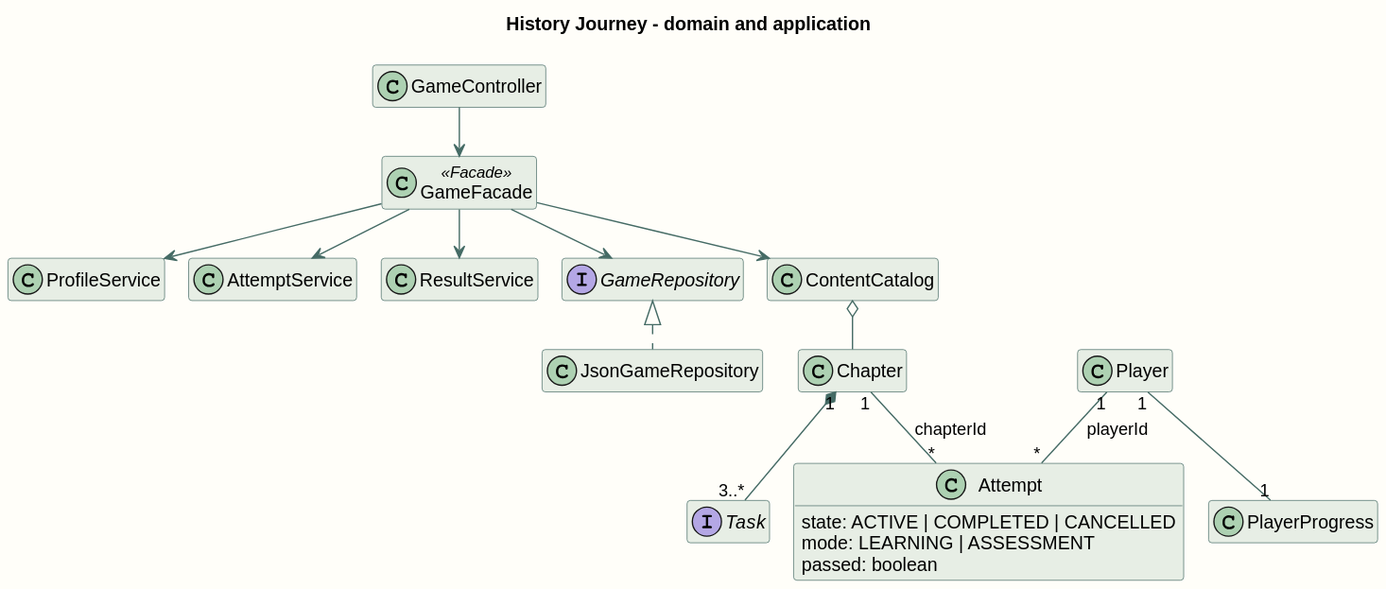
The PlantUML diagram docs/uml/architecture.svg in JustMel1508/finalprojectspd, before a commit. Its diagram source:
```plantuml
@startuml
!pragma layout smetana
skinparam backgroundColor #FFFEF9
skinparam classBackgroundColor #E7EEE5
skinparam classBorderColor #456B65
skinparam ArrowColor #456B65
skinparam defaultFontName Arial
hide empty members
title History Journey - domain and application
class GameController
class GameFacade <<Facade>>
class ProfileService
class AttemptService
class ResultService
interface GameRepository
class JsonGameRepository
class ContentCatalog
class Player
class PlayerProgress
class Attempt {
  state: ACTIVE | COMPLETED | CANCELLED
  mode: LEARNING | ASSESSMENT
  passed: boolean
}
class Chapter
interface Task
GameController --> GameFacade
GameFacade --> ProfileService
GameFacade --> AttemptService
GameFacade --> ResultService
GameFacade --> GameRepository
GameFacade --> ContentCatalog
GameRepository <|.. JsonGameRepository
Player "1" -- "*" Attempt : playerId
Player "1" -- "1" PlayerProgress
Chapter "1" -- "*" Attempt : chapterId
Chapter "1" *-- "3..*" Task
ContentCatalog o-- Chapter
@enduml
```
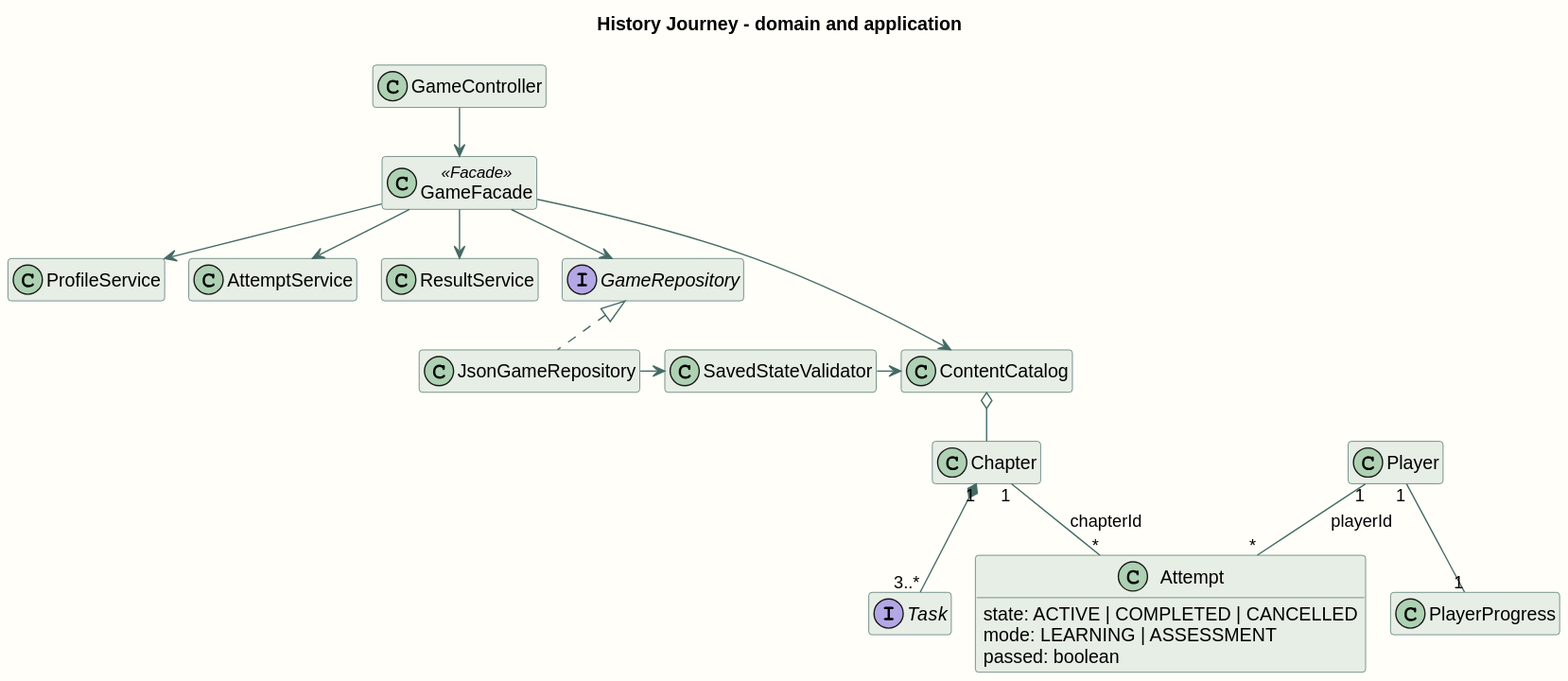
Above is the later version.

What changed in the source:
```diff
@@ -14,6 +14,7 @@
 class ResultService
 interface GameRepository
 class JsonGameRepository
+class SavedStateValidator
 class ContentCatalog
 class Player
 class PlayerProgress
@@ -31,6 +32,8 @@
 GameFacade --> GameRepository
 GameFacade --> ContentCatalog
 GameRepository <|.. JsonGameRepository
+JsonGameRepository -right-> SavedStateValidator
+SavedStateValidator -right-> ContentCatalog
 Player "1" -- "*" Attempt : playerId
 Player "1" -- "1" PlayerProgress
 Chapter "1" -- "*" Attempt : chapterId
```
